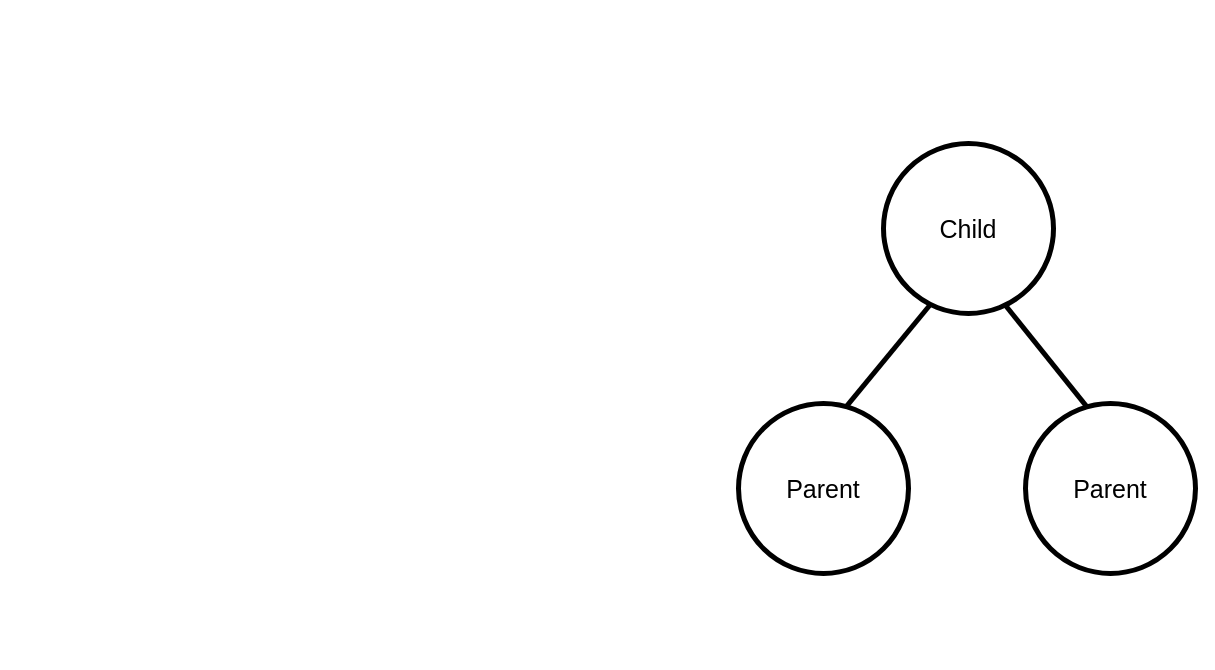
The draw.io diagram assets/diagrams/node.drawio in brandon-gamble/drawing_machine, before the edit. Source tidied: cells renumbered, new cells numbered last; positions are measured from the earlier drawing's top-left corner, leaving out a move shared by most shapes. Both pictures are drawn from the tidied source at 100%, with x=0, y=0 at pixel (738, 143).
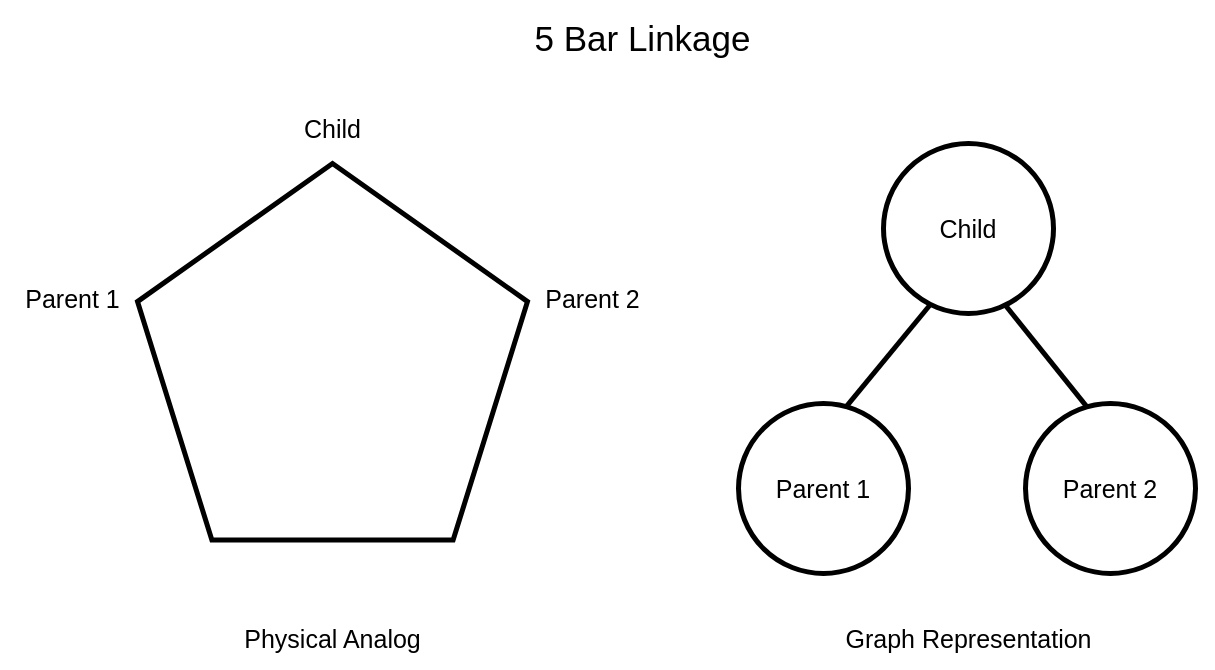
The same diagram, later.

What changed in the source:
```diff
@@
 <mxGraphModel>
   <root>
     <mxCell id="0" />
     <mxCell id="1" parent="0" />
     <mxCell id="2" value="&lt;font style=&quot;font-size: 25px&quot;&gt;Child&lt;/font&gt;" style="ellipse;whiteSpace=wrap;html=1;strokeWidth=5;" parent="1" vertex="1">
       <mxGeometry x="145" width="170" height="170" as="geometry" />
     </mxCell>
-    <mxCell id="3" value="&lt;font style=&quot;font-size: 25px&quot;&gt;Parent&lt;/font&gt;" style="ellipse;whiteSpace=wrap;html=1;strokeWidth=5;" parent="1" vertex="1">
+    <mxCell id="3" value="&lt;font style=&quot;font-size: 25px&quot;&gt;Parent 1&lt;/font&gt;" style="ellipse;whiteSpace=wrap;html=1;strokeWidth=5;" parent="1" vertex="1">
       <mxGeometry y="260" width="170" height="170" as="geometry" />
     </mxCell>
-    <mxCell id="4" value="&lt;font style=&quot;font-size: 25px&quot;&gt;Parent&lt;/font&gt;" style="ellipse;whiteSpace=wrap;html=1;strokeWidth=5;" parent="1" vertex="1">
+    <mxCell id="4" value="&lt;font style=&quot;font-size: 25px&quot;&gt;Parent 2&lt;/font&gt;" style="ellipse;whiteSpace=wrap;html=1;strokeWidth=5;" parent="1" vertex="1">
       <mxGeometry x="287" y="260" width="170" height="170" as="geometry" />
     </mxCell>
     <mxCell id="5" style="endArrow=none;html=1;rounded=0;fontSize=25;strokeWidth=5;exitX=0.629;exitY=0.024;exitDx=0;exitDy=0;exitPerimeter=0;entryX=0.271;entryY=0.953;entryDx=0;entryDy=0;entryPerimeter=0;" parent="1" edge="1" source="3" target="2">
       <mxGeometry relative="1" as="geometry" />
     </mxCell>
     <mxCell id="6" style="endArrow=none;html=1;rounded=0;fontSize=25;strokeWidth=5;exitX=0.365;exitY=0.024;exitDx=0;exitDy=0;exitPerimeter=0;entryX=0.718;entryY=0.953;entryDx=0;entryDy=0;entryPerimeter=0;" parent="1" edge="1" source="4" target="2">
       <mxGeometry relative="1" as="geometry" />
     </mxCell>
+    <mxCell id="7" style="whiteSpace=wrap;html=1;shape=mxgraph.basic.pentagon;fontSize=20;strokeWidth=5;fillColor=none;" parent="1" vertex="1">
+      <mxGeometry x="-601" y="20" width="390" height="376.6" as="geometry" />
+    </mxCell>
+    <mxCell id="8" value="&lt;font style=&quot;font-size: 25px&quot;&gt;Parent 2&lt;/font&gt;" style="text;html=1;align=center;verticalAlign=middle;strokeColor=none;fillColor=none;fontSize=20;" parent="1" vertex="1">
+      <mxGeometry x="-201" y="140" width="110" height="30" as="geometry" />
+    </mxCell>
+    <mxCell id="9" value="&lt;font style=&quot;font-size: 25px&quot;&gt;Parent 1&lt;/font&gt;" style="text;html=1;align=center;verticalAlign=middle;strokeColor=none;fillColor=none;fontSize=20;" parent="1" vertex="1">
+      <mxGeometry x="-721" y="140" width="110" height="30" as="geometry" />
+    </mxCell>
+    <mxCell id="10" value="&lt;font style=&quot;font-size: 25px&quot;&gt;Child&lt;/font&gt;" style="text;html=1;align=center;verticalAlign=middle;strokeColor=none;fillColor=none;fontSize=20;" parent="1" vertex="1">
+      <mxGeometry x="-441" y="-30" width="70" height="30" as="geometry" />
+    </mxCell>
+    <mxCell id="11" value="&lt;font style=&quot;font-size: 35px&quot;&gt;5 Bar Linkage&lt;/font&gt;" style="text;html=1;align=center;verticalAlign=middle;strokeColor=none;fillColor=none;fontSize=20;" parent="1" vertex="1">
+      <mxGeometry x="-211" y="-120" width="230" height="30" as="geometry" />
+    </mxCell>
+    <mxCell id="12" value="&lt;font style=&quot;font-size: 25px&quot;&gt;Physical Analog&lt;/font&gt;" style="text;html=1;align=center;verticalAlign=middle;strokeColor=none;fillColor=none;fontSize=20;" parent="1" vertex="1">
+      <mxGeometry x="-501" y="480" width="190" height="30" as="geometry" />
+    </mxCell>
+    <mxCell id="13" value="&lt;font style=&quot;font-size: 25px&quot;&gt;Graph Representation&lt;/font&gt;" style="text;html=1;align=center;verticalAlign=middle;strokeColor=none;fillColor=none;fontSize=20;" parent="1" vertex="1">
+      <mxGeometry x="100" y="480" width="260" height="30" as="geometry" />
+    </mxCell>
   </root>
 </mxGraphModel>
```
